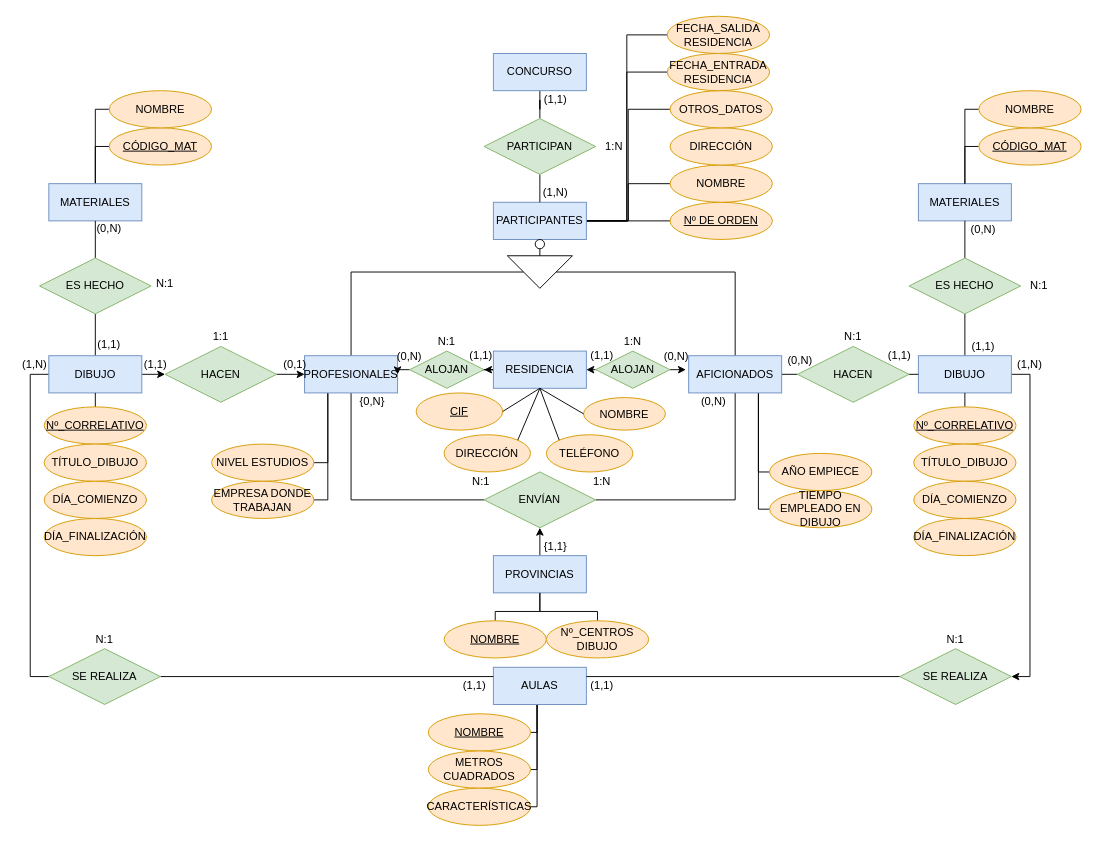
Above: Ejercicio2_Examen.drawio in Axel-Vicente/BBDD (draw.io), before the change. Source tidied: cells renumbered, new cells numbered last; positions are measured from the earlier drawing's top-left corner, leaving out a move shared by most shapes. Both pictures are drawn from the tidied source at 93%, with x=0, y=0 at pixel (16, 16).
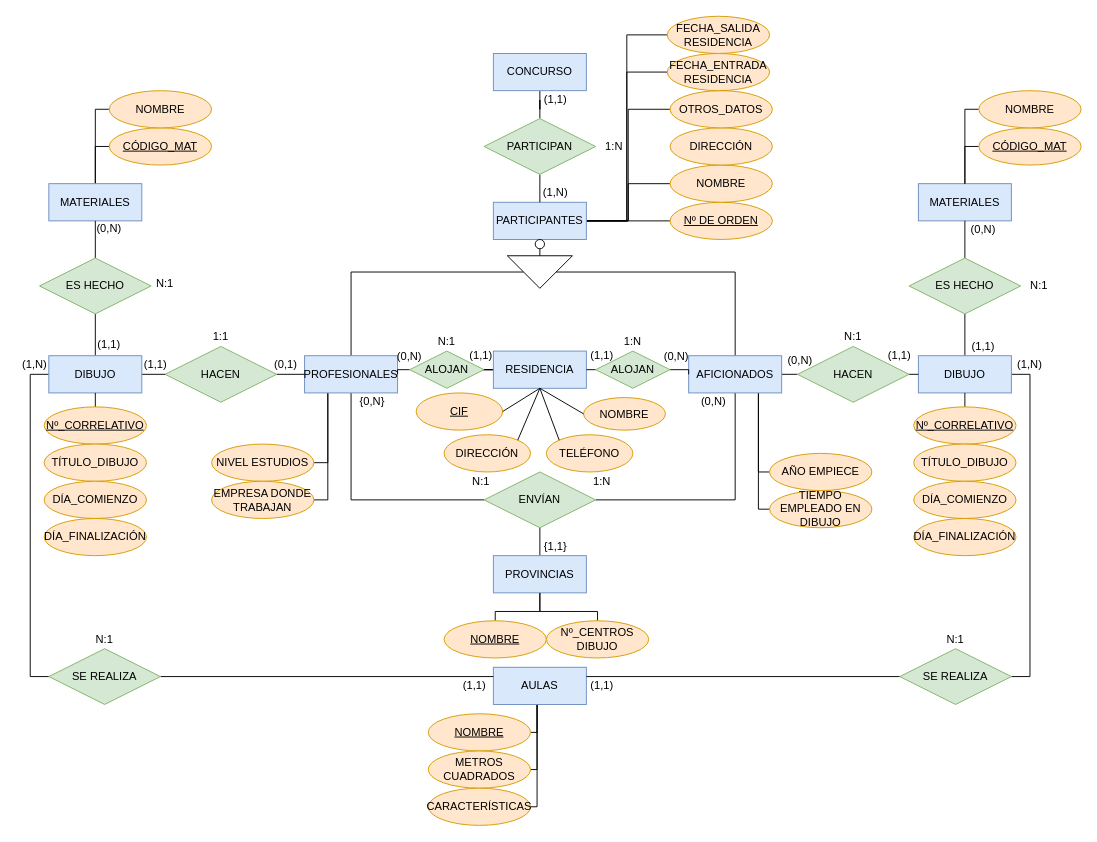
Above is the later version.

The change refers to these unchanged cells:
```xml
<mxCell id="10" value="PROVINCIAS" style="whiteSpace=wrap;html=1;align=center;fillColor=#dae8fc;strokeColor=#6c8ebf;" parent="1" vertex="1">
  <mxGeometry x="513" y="580" width="100" height="40" as="geometry" />
</mxCell>
<mxCell id="19" value="AFICIONADOS" style="whiteSpace=wrap;html=1;align=center;fillColor=#dae8fc;strokeColor=#6c8ebf;" parent="1" vertex="1">
  <mxGeometry x="723" y="365" width="100" height="40" as="geometry" />
</mxCell>
<mxCell id="20" value="ENVÍAN" style="shape=rhombus;perimeter=rhombusPerimeter;whiteSpace=wrap;html=1;align=center;fillColor=#d5e8d4;strokeColor=#82b366;" parent="1" vertex="1">
  <mxGeometry x="503" y="490" width="120" height="60" as="geometry" />
</mxCell>
<mxCell id="23" value="DIBUJO" style="whiteSpace=wrap;html=1;align=center;fillColor=#dae8fc;strokeColor=#6c8ebf;" parent="1" vertex="1">
  <mxGeometry x="970" y="365" width="100" height="40" as="geometry" />
</mxCell>
<mxCell id="26" value="PROFESIONALES" style="whiteSpace=wrap;html=1;align=center;fillColor=#dae8fc;strokeColor=#6c8ebf;" parent="1" vertex="1">
  <mxGeometry x="310" y="365" width="100" height="40" as="geometry" />
</mxCell>
<mxCell id="30" value="HACEN" style="shape=rhombus;perimeter=rhombusPerimeter;whiteSpace=wrap;html=1;align=center;fillColor=#d5e8d4;strokeColor=#82b366;" parent="1" vertex="1">
  <mxGeometry x="160" y="355" width="120" height="60" as="geometry" />
</mxCell>
<mxCell id="34" value="DIBUJO" style="whiteSpace=wrap;html=1;align=center;fillColor=#dae8fc;strokeColor=#6c8ebf;" parent="1" vertex="1">
  <mxGeometry x="35" y="365" width="100" height="40" as="geometry" />
</mxCell>
<mxCell id="66" value="SE REALIZA" style="shape=rhombus;perimeter=rhombusPerimeter;whiteSpace=wrap;html=1;align=center;fillColor=#d5e8d4;strokeColor=#82b366;" parent="1" vertex="1">
  <mxGeometry x="950" y="680" width="120" height="60" as="geometry" />
</mxCell>
<mxCell id="74" value="RESIDENCIA" style="whiteSpace=wrap;html=1;align=center;fillColor=#dae8fc;strokeColor=#6c8ebf;" parent="1" vertex="1">
  <mxGeometry x="513" y="360" width="100" height="40" as="geometry" />
</mxCell>
<mxCell id="76" value="ALOJAN" style="shape=rhombus;perimeter=rhombusPerimeter;whiteSpace=wrap;html=1;align=center;fillColor=#d5e8d4;strokeColor=#82b366;" parent="1" vertex="1">
  <mxGeometry x="423" y="360" width="80" height="40" as="geometry" />
</mxCell>
<mxCell id="79" value="ALOJAN" style="shape=rhombus;perimeter=rhombusPerimeter;whiteSpace=wrap;html=1;align=center;fillColor=#d5e8d4;strokeColor=#82b366;" parent="1" vertex="1">
  <mxGeometry x="623" y="360" width="80" height="40" as="geometry" />
</mxCell>
```

What changed in the source:
```diff
@@
-    <mxCell id="8" style="edgeStyle=orthogonalEdgeStyle;rounded=0;jettySize=auto;html=1;exitX=0.5;exitY=0;exitDx=0;exitDy=0;entryX=0.5;entryY=1;entryDx=0;entryDy=0;fontSize=22;" parent="1" edge="1" source="10" target="20">
+    <mxCell id="8" style="edgeStyle=orthogonalEdgeStyle;rounded=0;jettySize=auto;html=1;exitX=0.5;exitY=0;exitDx=0;exitDy=0;entryX=0.5;entryY=1;entryDx=0;entryDy=0;fontSize=22;endArrow=none;endFill=0;" parent="1" edge="1" source="10" target="20">
       <mxGeometry relative="1" as="geometry" />
     </mxCell>
@@
-    <mxCell id="22" style="edgeStyle=orthogonalEdgeStyle;rounded=0;jettySize=auto;html=1;exitX=1;exitY=0.5;exitDx=0;exitDy=0;entryX=1;entryY=0.5;entryDx=0;entryDy=0;fontSize=22;" parent="1" edge="1" source="23" target="66">
+    <mxCell id="22" style="edgeStyle=orthogonalEdgeStyle;rounded=0;jettySize=auto;html=1;exitX=1;exitY=0.5;exitDx=0;exitDy=0;entryX=1;entryY=0.5;entryDx=0;entryDy=0;fontSize=22;endArrow=none;endFill=0;" parent="1" edge="1" source="23" target="66">
       <mxGeometry relative="1" as="geometry" />
     </mxCell>
@@
-    <mxCell id="29" style="edgeStyle=orthogonalEdgeStyle;rounded=0;jettySize=auto;html=1;exitX=1;exitY=0.5;exitDx=0;exitDy=0;entryX=0;entryY=0.5;entryDx=0;entryDy=0;fontSize=22;" parent="1" edge="1" source="30" target="26">
+    <mxCell id="29" style="edgeStyle=orthogonalEdgeStyle;rounded=0;jettySize=auto;html=1;exitX=1;exitY=0.5;exitDx=0;exitDy=0;entryX=0;entryY=0.5;entryDx=0;entryDy=0;fontSize=22;endArrow=none;endFill=0;" parent="1" edge="1" source="30" target="26">
       <mxGeometry relative="1" as="geometry" />
     </mxCell>
@@
-    <mxCell id="31" style="edgeStyle=orthogonalEdgeStyle;rounded=0;jettySize=auto;html=1;exitX=1;exitY=0.5;exitDx=0;exitDy=0;entryX=0;entryY=0.5;entryDx=0;entryDy=0;fontSize=22;" parent="1" edge="1" source="34" target="30">
+    <mxCell id="31" style="edgeStyle=orthogonalEdgeStyle;rounded=0;jettySize=auto;html=1;exitX=1;exitY=0.5;exitDx=0;exitDy=0;entryX=0;entryY=0.5;entryDx=0;entryDy=0;fontSize=22;endArrow=none;endFill=0;" parent="1" edge="1" source="34" target="30">
       <mxGeometry relative="1" as="geometry" />
     </mxCell>
@@
     <mxCell id="42" value="(0,1)" style="text;html=1;strokeColor=none;fillColor=none;align=center;verticalAlign=middle;whiteSpace=wrap;rounded=0;" parent="1" vertex="1">
-      <mxGeometry x="280" y="365" width="40" height="20" as="geometry" />
+      <mxGeometry x="270" y="365" width="40" height="20" as="geometry" />
     </mxCell>
@@
-    <mxCell id="73" style="edgeStyle=orthogonalEdgeStyle;rounded=0;jettySize=auto;html=1;exitX=0;exitY=0.5;exitDx=0;exitDy=0;fontSize=22;" parent="1" edge="1" source="74" target="76">
+    <mxCell id="73" style="edgeStyle=orthogonalEdgeStyle;rounded=0;jettySize=auto;html=1;exitX=0;exitY=0.5;exitDx=0;exitDy=0;fontSize=22;endArrow=none;endFill=0;" parent="1" edge="1" source="74" target="76">
       <mxGeometry relative="1" as="geometry" />
     </mxCell>
@@
-    <mxCell id="75" style="edgeStyle=orthogonalEdgeStyle;rounded=0;jettySize=auto;html=1;exitX=0;exitY=0.5;exitDx=0;exitDy=0;entryX=1;entryY=0.5;entryDx=0;entryDy=0;fontSize=22;" parent="1" edge="1" source="76" target="26">
+    <mxCell id="75" style="edgeStyle=orthogonalEdgeStyle;rounded=0;jettySize=auto;html=1;exitX=0;exitY=0.5;exitDx=0;exitDy=0;entryX=1;entryY=0.5;entryDx=0;entryDy=0;fontSize=22;endArrow=none;endFill=0;" parent="1" edge="1" source="76" target="26">
       <mxGeometry relative="1" as="geometry" />
     </mxCell>
@@
-    <mxCell id="77" style="edgeStyle=orthogonalEdgeStyle;rounded=0;jettySize=auto;html=1;exitX=0;exitY=0.5;exitDx=0;exitDy=0;entryX=1;entryY=0.5;entryDx=0;entryDy=0;fontSize=22;" parent="1" edge="1" source="79" target="74">
+    <mxCell id="77" style="edgeStyle=orthogonalEdgeStyle;rounded=0;jettySize=auto;html=1;exitX=0;exitY=0.5;exitDx=0;exitDy=0;entryX=1;entryY=0.5;entryDx=0;entryDy=0;fontSize=22;endArrow=none;endFill=0;" parent="1" edge="1" source="79" target="74">
       <mxGeometry relative="1" as="geometry" />
     </mxCell>
-    <mxCell id="78" style="edgeStyle=orthogonalEdgeStyle;rounded=0;jettySize=auto;html=1;exitX=1;exitY=0.5;exitDx=0;exitDy=0;entryX=-0.03;entryY=0.371;entryDx=0;entryDy=0;entryPerimeter=0;fontSize=22;" parent="1" edge="1" source="79" target="19">
+    <mxCell id="78" style="edgeStyle=orthogonalEdgeStyle;rounded=0;jettySize=auto;html=1;exitX=1;exitY=0.5;exitDx=0;exitDy=0;entryX=0;entryY=0.5;entryDx=0;entryDy=0;fontSize=22;endArrow=none;endFill=0;" parent="1" edge="1" source="79" target="19">
       <mxGeometry relative="1" as="geometry" />
     </mxCell>
```
